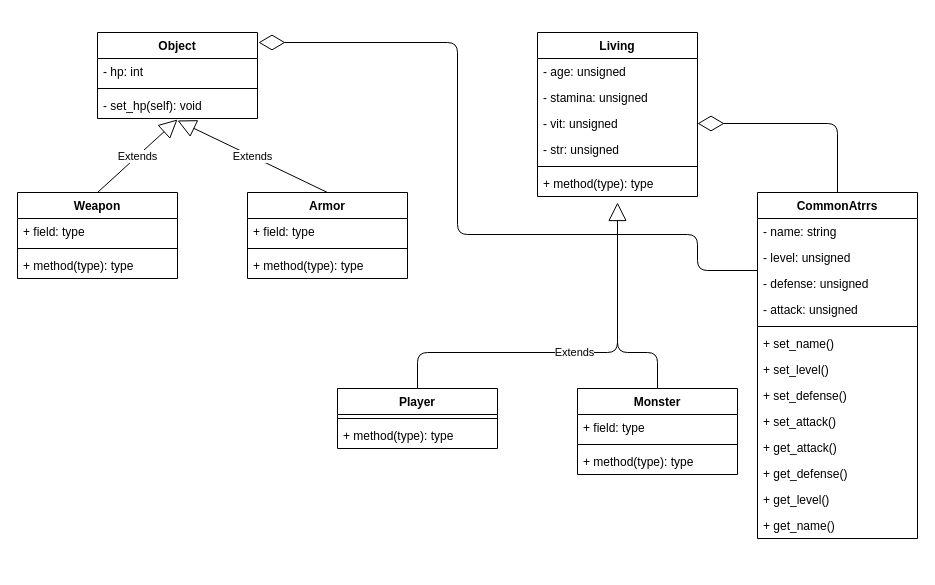
This is page "General Overview" (1 of 2) of init_design.drawio from djose1164/inmortal-will, a draw.io file, before an edit. Source tidied: cells renumbered, new cells numbered last; positions are measured from the earlier drawing's top-left corner, leaving out a move shared by most shapes. Both pictures are drawn from the tidied source at 100%, with x=0, y=0 at pixel (17, 32).
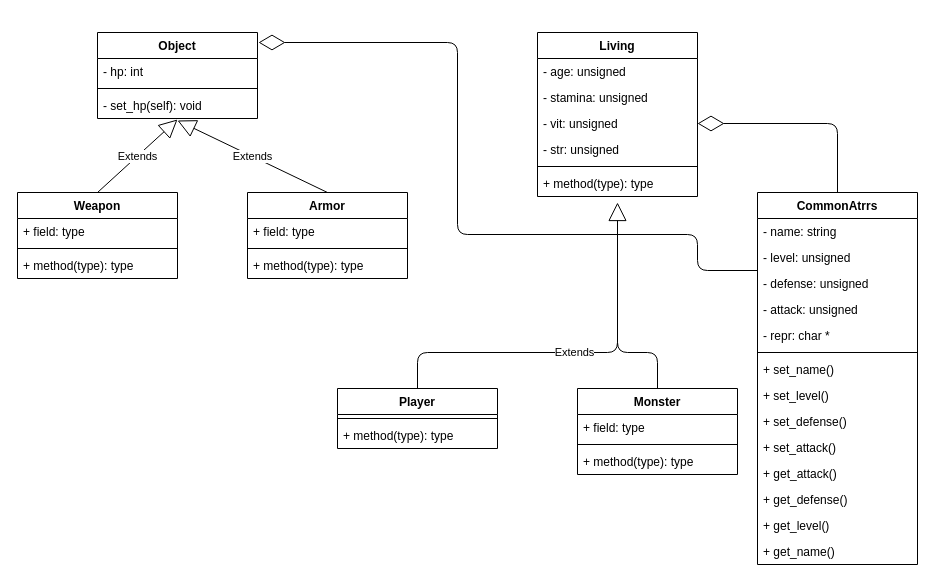
The same page after the edit.

What changed in the source:
```diff
@@
     <mxCell id="18" value="CommonAtrrs&#10;" style="swimlane;fontStyle=1;align=center;verticalAlign=top;horizontal=1;startSize=26;" parent="1" vertex="1">
-      <mxGeometry x="740" y="160" width="160" height="346" as="geometry" />
+      <mxGeometry x="740" y="160" width="160" height="372" as="geometry" />
     </mxCell>
@@
+    <mxCell id="48" value="- repr: char *" style="text;strokeColor=none;fillColor=none;align=left;verticalAlign=top;spacingLeft=4;spacingRight=4;overflow=hidden;" parent="18" vertex="1">
+      <mxGeometry y="130" width="160" height="26" as="geometry" />
+    </mxCell>
     <mxCell id="23" style="line;strokeWidth=1;fillColor=none;align=left;verticalAlign=middle;spacingTop=-1;spacingLeft=3;spacingRight=3;labelPosition=right;" parent="18" vertex="1">
-      <mxGeometry y="130" width="160" height="8" as="geometry" />
+      <mxGeometry y="156" width="160" height="8" as="geometry" />
     </mxCell>
     <mxCell id="24" value="+ set_name()" style="text;strokeColor=none;fillColor=none;align=left;verticalAlign=top;spacingLeft=4;spacingRight=4;overflow=hidden;" parent="18" vertex="1">
-      <mxGeometry y="138" width="160" height="26" as="geometry" />
+      <mxGeometry y="164" width="160" height="26" as="geometry" />
     </mxCell>
     <mxCell id="25" value="+ set_level()" style="text;strokeColor=none;fillColor=none;align=left;verticalAlign=top;spacingLeft=4;spacingRight=4;overflow=hidden;" parent="18" vertex="1">
-      <mxGeometry y="164" width="160" height="26" as="geometry" />
+      <mxGeometry y="190" width="160" height="26" as="geometry" />
     </mxCell>
     <mxCell id="26" value="+ set_defense()" style="text;strokeColor=none;fillColor=none;align=left;verticalAlign=top;spacingLeft=4;spacingRight=4;overflow=hidden;" parent="18" vertex="1">
-      <mxGeometry y="190" width="160" height="26" as="geometry" />
+      <mxGeometry y="216" width="160" height="26" as="geometry" />
     </mxCell>
     <mxCell id="27" value="+ set_attack()" style="text;strokeColor=none;fillColor=none;align=left;verticalAlign=top;spacingLeft=4;spacingRight=4;overflow=hidden;" parent="18" vertex="1">
-      <mxGeometry y="216" width="160" height="26" as="geometry" />
+      <mxGeometry y="242" width="160" height="26" as="geometry" />
     </mxCell>
     <mxCell id="28" value="+ get_attack()" style="text;strokeColor=none;fillColor=none;align=left;verticalAlign=top;spacingLeft=4;spacingRight=4;overflow=hidden;" parent="18" vertex="1">
-      <mxGeometry y="242" width="160" height="26" as="geometry" />
+      <mxGeometry y="268" width="160" height="26" as="geometry" />
     </mxCell>
     <mxCell id="29" value="+ get_defense()" style="text;strokeColor=none;fillColor=none;align=left;verticalAlign=top;spacingLeft=4;spacingRight=4;overflow=hidden;" parent="18" vertex="1">
-      <mxGeometry y="268" width="160" height="26" as="geometry" />
+      <mxGeometry y="294" width="160" height="26" as="geometry" />
     </mxCell>
     <mxCell id="30" value="+ get_level()" style="text;strokeColor=none;fillColor=none;align=left;verticalAlign=top;spacingLeft=4;spacingRight=4;overflow=hidden;" parent="18" vertex="1">
-      <mxGeometry y="294" width="160" height="26" as="geometry" />
+      <mxGeometry y="320" width="160" height="26" as="geometry" />
     </mxCell>
     <mxCell id="31" value="+ get_name()" style="text;strokeColor=none;fillColor=none;align=left;verticalAlign=top;spacingLeft=4;spacingRight=4;overflow=hidden;" parent="18" vertex="1">
-      <mxGeometry y="320" width="160" height="26" as="geometry" />
+      <mxGeometry y="346" width="160" height="26" as="geometry" />
     </mxCell>
```
